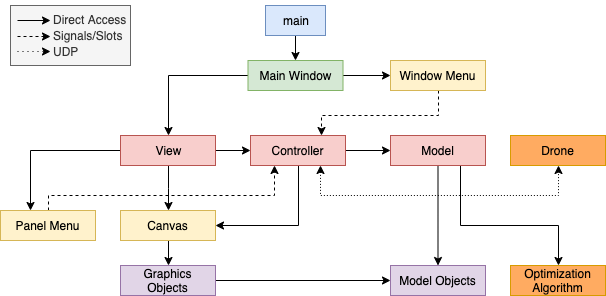
Above: assets/optgui_architecture-Architecture-with-Externals.png in UW-ACL/optgui (draw.io), before the change. Source tidied: cells renumbered, new cells last; positions are measured from the earlier drawing's top-left corner, leaving out a move shared by most shapes. Its diagram source:
```xml
<mxGraphModel>
  <root>
    <mxCell id="0" />
    <mxCell id="1" parent="0" />
    <mxCell id="2" value="&lt;p style=&quot;line-height: 140%&quot;&gt;&amp;nbsp; &amp;nbsp; &amp;nbsp; &amp;nbsp; &amp;nbsp; &amp;nbsp; Direct Access&lt;br&gt;&amp;nbsp; &amp;nbsp; &amp;nbsp; &amp;nbsp; &amp;nbsp; &amp;nbsp; Signals/Slots&lt;br&gt;&amp;nbsp; &amp;nbsp; &amp;nbsp; &amp;nbsp; &amp;nbsp; &amp;nbsp; UDP&lt;/p&gt;" style="rounded=0;whiteSpace=wrap;html=1;fillColor=#f5f5f5;strokeColor=#666666;fontColor=#333333;align=left;" parent="1" vertex="1">
      <mxGeometry x="10" width="120" height="60" as="geometry" />
    </mxCell>
    <mxCell id="3" style="edgeStyle=orthogonalEdgeStyle;rounded=0;jettySize=auto;html=1;entryX=0.5;entryY=0;entryDx=0;entryDy=0;" parent="1" edge="1" source="4" target="7">
      <mxGeometry relative="1" as="geometry" />
    </mxCell>
    <mxCell id="4" value="main" style="rounded=0;whiteSpace=wrap;html=1;fillColor=#dae8fc;strokeColor=#6c8ebf;" parent="1" vertex="1">
      <mxGeometry x="265" width="60" height="30" as="geometry" />
    </mxCell>
    <mxCell id="5" style="edgeStyle=orthogonalEdgeStyle;rounded=0;jettySize=auto;html=1;entryX=0.5;entryY=0;entryDx=0;entryDy=0;" parent="1" edge="1" source="7" target="11">
      <mxGeometry relative="1" as="geometry" />
    </mxCell>
    <mxCell id="6" style="edgeStyle=orthogonalEdgeStyle;rounded=0;jettySize=auto;html=1;entryX=0;entryY=0.5;entryDx=0;entryDy=0;" parent="1" edge="1" source="7" target="23">
      <mxGeometry relative="1" as="geometry" />
    </mxCell>
    <mxCell id="7" value="Main Window" style="rounded=0;whiteSpace=wrap;html=1;fillColor=#d5e8d4;strokeColor=#82b366;" parent="1" vertex="1">
      <mxGeometry x="247.5" y="55" width="95" height="30" as="geometry" />
    </mxCell>
    <mxCell id="8" style="edgeStyle=orthogonalEdgeStyle;rounded=0;jettySize=auto;html=1;entryX=0.5;entryY=0;entryDx=0;entryDy=0;" parent="1" edge="1" source="11" target="27">
      <mxGeometry relative="1" as="geometry" />
    </mxCell>
    <mxCell id="9" style="edgeStyle=orthogonalEdgeStyle;rounded=0;jettySize=auto;html=1;" parent="1" edge="1" source="11" target="25">
      <mxGeometry relative="1" as="geometry">
        <Array as="points">
          <mxPoint x="30" y="145" />
        </Array>
      </mxGeometry>
    </mxCell>
    <mxCell id="10" style="edgeStyle=orthogonalEdgeStyle;rounded=0;jettySize=auto;html=1;entryX=0;entryY=0.5;entryDx=0;entryDy=0;" parent="1" edge="1" source="11" target="15">
      <mxGeometry relative="1" as="geometry" />
    </mxCell>
    <mxCell id="11" value="View" style="rounded=0;whiteSpace=wrap;html=1;fillColor=#f8cecc;strokeColor=#b85450;" parent="1" vertex="1">
      <mxGeometry x="120" y="130" width="95" height="30" as="geometry" />
    </mxCell>
    <mxCell id="12" style="edgeStyle=orthogonalEdgeStyle;rounded=0;jettySize=auto;html=1;" parent="1" edge="1" source="15" target="18">
      <mxGeometry relative="1" as="geometry" />
    </mxCell>
    <mxCell id="13" style="edgeStyle=orthogonalEdgeStyle;rounded=0;jettySize=auto;html=1;entryX=1;entryY=0.5;entryDx=0;entryDy=0;" parent="1" edge="1" source="15" target="27">
      <mxGeometry relative="1" as="geometry">
        <Array as="points">
          <mxPoint x="298" y="220" />
        </Array>
      </mxGeometry>
    </mxCell>
    <mxCell id="14" style="edgeStyle=orthogonalEdgeStyle;rounded=0;jettySize=auto;html=1;entryX=0.5;entryY=1;entryDx=0;entryDy=0;endArrow=classic;endFill=1;startArrow=classic;startFill=1;dashed=1;dashPattern=1 2;" parent="1" edge="1" source="15" target="31">
      <mxGeometry relative="1" as="geometry">
        <Array as="points">
          <mxPoint x="320" y="190" />
          <mxPoint x="558" y="190" />
        </Array>
      </mxGeometry>
    </mxCell>
    <mxCell id="15" value="Controller" style="rounded=0;whiteSpace=wrap;html=1;fillColor=#f8cecc;strokeColor=#b85450;" parent="1" vertex="1">
      <mxGeometry x="250" y="130" width="95" height="30" as="geometry" />
    </mxCell>
    <mxCell id="16" style="edgeStyle=orthogonalEdgeStyle;rounded=0;jettySize=auto;html=1;" parent="1" edge="1" source="18" target="21">
      <mxGeometry relative="1" as="geometry" />
    </mxCell>
    <mxCell id="17" style="edgeStyle=orthogonalEdgeStyle;rounded=0;jettySize=auto;html=1;endArrow=classic;endFill=1;" parent="1" edge="1" source="18" target="30">
      <mxGeometry relative="1" as="geometry">
        <Array as="points">
          <mxPoint x="460" y="220" />
          <mxPoint x="558" y="220" />
        </Array>
      </mxGeometry>
    </mxCell>
    <mxCell id="18" value="Model" style="rounded=0;whiteSpace=wrap;html=1;fillColor=#f8cecc;strokeColor=#b85450;" parent="1" vertex="1">
      <mxGeometry x="390" y="130" width="95" height="30" as="geometry" />
    </mxCell>
    <mxCell id="19" style="edgeStyle=orthogonalEdgeStyle;rounded=0;jettySize=auto;html=1;" parent="1" edge="1" source="20" target="21">
      <mxGeometry relative="1" as="geometry" />
    </mxCell>
    <mxCell id="20" value="Graphics Objects" style="rounded=0;whiteSpace=wrap;html=1;fillColor=#e1d5e7;strokeColor=#9673a6;" parent="1" vertex="1">
      <mxGeometry x="120" y="260" width="95" height="30" as="geometry" />
    </mxCell>
    <mxCell id="21" value="Model Objects" style="rounded=0;whiteSpace=wrap;html=1;fillColor=#e1d5e7;strokeColor=#9673a6;" parent="1" vertex="1">
      <mxGeometry x="390" y="260" width="95" height="30" as="geometry" />
    </mxCell>
    <mxCell id="22" style="edgeStyle=orthogonalEdgeStyle;rounded=0;jettySize=auto;html=1;entryX=0.75;entryY=0;entryDx=0;entryDy=0;dashed=1;" parent="1" edge="1" source="23" target="15">
      <mxGeometry relative="1" as="geometry">
        <Array as="points">
          <mxPoint x="438" y="110" />
          <mxPoint x="321" y="110" />
        </Array>
      </mxGeometry>
    </mxCell>
    <mxCell id="23" value="Window Menu" style="rounded=0;whiteSpace=wrap;html=1;fillColor=#fff2cc;strokeColor=#d6b656;" parent="1" vertex="1">
      <mxGeometry x="390" y="55" width="95" height="30" as="geometry" />
    </mxCell>
    <mxCell id="24" style="edgeStyle=orthogonalEdgeStyle;rounded=0;jettySize=auto;html=1;entryX=0.25;entryY=1;entryDx=0;entryDy=0;dashed=1;" parent="1" edge="1" source="25" target="15">
      <mxGeometry relative="1" as="geometry">
        <Array as="points">
          <mxPoint x="48" y="190" />
          <mxPoint x="274" y="190" />
        </Array>
      </mxGeometry>
    </mxCell>
    <mxCell id="25" value="Panel Menu" style="rounded=0;whiteSpace=wrap;html=1;fillColor=#fff2cc;strokeColor=#d6b656;" parent="1" vertex="1">
      <mxGeometry y="205" width="95" height="30" as="geometry" />
    </mxCell>
    <mxCell id="26" style="edgeStyle=orthogonalEdgeStyle;rounded=0;jettySize=auto;html=1;entryX=0.5;entryY=0;entryDx=0;entryDy=0;" parent="1" edge="1" source="27" target="20">
      <mxGeometry relative="1" as="geometry" />
    </mxCell>
    <mxCell id="27" value="Canvas" style="rounded=0;whiteSpace=wrap;html=1;fillColor=#fff2cc;strokeColor=#d6b656;" parent="1" vertex="1">
      <mxGeometry x="120" y="205" width="95" height="30" as="geometry" />
    </mxCell>
    <mxCell id="28" style="endArrow=classic;html=1;endFill=1;" parent="1" edge="1">
      <mxGeometry relative="1" as="geometry">
        <mxPoint x="17" y="15" as="sourcePoint" />
        <mxPoint x="50" y="15" as="targetPoint" />
      </mxGeometry>
    </mxCell>
    <mxCell id="29" style="endArrow=classic;html=1;endFill=1;dashed=1;" parent="1" edge="1">
      <mxGeometry relative="1" as="geometry">
        <mxPoint x="17" y="31" as="sourcePoint" />
        <mxPoint x="50" y="31" as="targetPoint" />
      </mxGeometry>
    </mxCell>
    <mxCell id="30" value="Optimization Algorithm" style="rounded=0;whiteSpace=wrap;html=1;fillColor=#FFAB61;strokeColor=#d79b00;" parent="1" vertex="1">
      <mxGeometry x="510" y="260" width="95" height="30" as="geometry" />
    </mxCell>
    <mxCell id="31" value="Drone" style="rounded=0;whiteSpace=wrap;html=1;fillColor=#FFAB61;strokeColor=#d79b00;" parent="1" vertex="1">
      <mxGeometry x="510" y="130" width="95" height="30" as="geometry" />
    </mxCell>
    <mxCell id="32" style="endArrow=classic;html=1;endFill=1;dashed=1;dashPattern=1 4;" parent="1" edge="1">
      <mxGeometry relative="1" as="geometry">
        <mxPoint x="17" y="46" as="sourcePoint" />
        <mxPoint x="50" y="46" as="targetPoint" />
      </mxGeometry>
    </mxCell>
  </root>
</mxGraphModel>
```
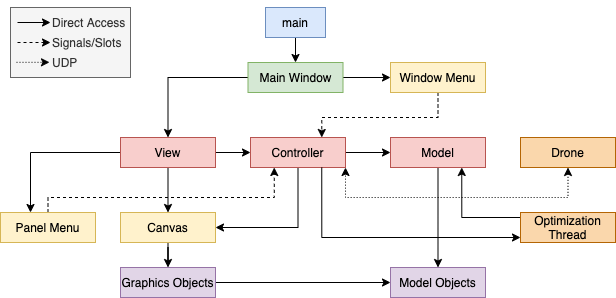
Above is the later version.

The edit, as a diff of the source:
```diff
@@ -2,135 +2,141 @@
   <root>
     <mxCell id="0" />
     <mxCell id="1" parent="0" />
-    <mxCell id="2" value="&lt;p style=&quot;line-height: 140%&quot;&gt;&amp;nbsp; &amp;nbsp; &amp;nbsp; &amp;nbsp; &amp;nbsp; &amp;nbsp; Direct Access&lt;br&gt;&amp;nbsp; &amp;nbsp; &amp;nbsp; &amp;nbsp; &amp;nbsp; &amp;nbsp; Signals/Slots&lt;br&gt;&amp;nbsp; &amp;nbsp; &amp;nbsp; &amp;nbsp; &amp;nbsp; &amp;nbsp; UDP&lt;/p&gt;" style="rounded=0;whiteSpace=wrap;html=1;fillColor=#f5f5f5;strokeColor=#666666;fontColor=#333333;align=left;" parent="1" vertex="1">
-      <mxGeometry x="10" width="120" height="60" as="geometry" />
+    <mxCell id="2" style="edgeStyle=orthogonalEdgeStyle;rounded=0;jettySize=auto;html=1;entryX=0.5;entryY=0;entryDx=0;entryDy=0;" parent="1" edge="1" source="3" target="6">
+      <mxGeometry relative="1" as="geometry" />
     </mxCell>
-    <mxCell id="3" style="edgeStyle=orthogonalEdgeStyle;rounded=0;jettySize=auto;html=1;entryX=0.5;entryY=0;entryDx=0;entryDy=0;" parent="1" edge="1" source="4" target="7">
-      <mxGeometry relative="1" as="geometry" />
+    <mxCell id="3" value="main" style="rounded=0;whiteSpace=wrap;html=1;fillColor=#dae8fc;strokeColor=#6c8ebf;" parent="1" vertex="1">
+      <mxGeometry x="265" width="60" height="30" as="geometry" />
     </mxCell>
-    <mxCell id="4" value="main" style="rounded=0;whiteSpace=wrap;html=1;fillColor=#dae8fc;strokeColor=#6c8ebf;" parent="1" vertex="1">
-      <mxGeometry x="265" width="60" height="30" as="geometry" />
+    <mxCell id="4" style="edgeStyle=orthogonalEdgeStyle;rounded=0;jettySize=auto;html=1;entryX=0.5;entryY=0;entryDx=0;entryDy=0;" parent="1" edge="1" source="6" target="10">
+      <mxGeometry relative="1" as="geometry" />
     </mxCell>
-    <mxCell id="5" style="edgeStyle=orthogonalEdgeStyle;rounded=0;jettySize=auto;html=1;entryX=0.5;entryY=0;entryDx=0;entryDy=0;" parent="1" edge="1" source="7" target="11">
+    <mxCell id="5" style="edgeStyle=orthogonalEdgeStyle;rounded=0;jettySize=auto;html=1;entryX=0;entryY=0.5;entryDx=0;entryDy=0;" parent="1" edge="1" source="6" target="20">
       <mxGeometry relative="1" as="geometry" />
     </mxCell>
-    <mxCell id="6" style="edgeStyle=orthogonalEdgeStyle;rounded=0;jettySize=auto;html=1;entryX=0;entryY=0.5;entryDx=0;entryDy=0;" parent="1" edge="1" source="7" target="23">
-      <mxGeometry relative="1" as="geometry" />
+    <mxCell id="6" value="Main Window" style="rounded=0;whiteSpace=wrap;html=1;fillColor=#d5e8d4;strokeColor=#82b366;" parent="1" vertex="1">
+      <mxGeometry x="247.5" y="55" width="95" height="30" as="geometry" />
     </mxCell>
-    <mxCell id="7" value="Main Window" style="rounded=0;whiteSpace=wrap;html=1;fillColor=#d5e8d4;strokeColor=#82b366;" parent="1" vertex="1">
-      <mxGeometry x="247.5" y="55" width="95" height="30" as="geometry" />
+    <mxCell id="7" style="edgeStyle=orthogonalEdgeStyle;rounded=0;jettySize=auto;html=1;entryX=0.5;entryY=0;entryDx=0;entryDy=0;" parent="1" edge="1" source="10" target="24">
+      <mxGeometry relative="1" as="geometry" />
     </mxCell>
-    <mxCell id="8" style="edgeStyle=orthogonalEdgeStyle;rounded=0;jettySize=auto;html=1;entryX=0.5;entryY=0;entryDx=0;entryDy=0;" parent="1" edge="1" source="11" target="27">
-      <mxGeometry relative="1" as="geometry" />
+    <mxCell id="8" style="edgeStyle=orthogonalEdgeStyle;rounded=0;jettySize=auto;html=1;" parent="1" edge="1" source="10" target="22">
+      <mxGeometry relative="1" as="geometry">
+        <Array as="points">
+          <mxPoint x="30" y="145" />
+        </Array>
+      </mxGeometry>
     </mxCell>
-    <mxCell id="9" style="edgeStyle=orthogonalEdgeStyle;rounded=0;jettySize=auto;html=1;" parent="1" edge="1" source="11" target="25">
-      <mxGeometry relative="1" as="geometry">
-        <Array as="points">
-          <mxPoint x="30" y="145" />
-        </Array>
-      </mxGeometry>
+    <mxCell id="9" style="edgeStyle=orthogonalEdgeStyle;rounded=0;jettySize=auto;html=1;entryX=0;entryY=0.5;entryDx=0;entryDy=0;" parent="1" edge="1" source="10" target="13">
+      <mxGeometry relative="1" as="geometry" />
     </mxCell>
-    <mxCell id="10" style="edgeStyle=orthogonalEdgeStyle;rounded=0;jettySize=auto;html=1;entryX=0;entryY=0.5;entryDx=0;entryDy=0;" parent="1" edge="1" source="11" target="15">
-      <mxGeometry relative="1" as="geometry" />
+    <mxCell id="10" value="View" style="rounded=0;whiteSpace=wrap;html=1;fillColor=#f8cecc;strokeColor=#b85450;" parent="1" vertex="1">
+      <mxGeometry x="120" y="130" width="95" height="30" as="geometry" />
     </mxCell>
-    <mxCell id="11" value="View" style="rounded=0;whiteSpace=wrap;html=1;fillColor=#f8cecc;strokeColor=#b85450;" parent="1" vertex="1">
-      <mxGeometry x="120" y="130" width="95" height="30" as="geometry" />
+    <mxCell id="11" style="edgeStyle=orthogonalEdgeStyle;rounded=0;jettySize=auto;html=1;" parent="1" edge="1" source="13" target="15">
+      <mxGeometry relative="1" as="geometry" />
     </mxCell>
-    <mxCell id="12" style="edgeStyle=orthogonalEdgeStyle;rounded=0;jettySize=auto;html=1;" parent="1" edge="1" source="15" target="18">
-      <mxGeometry relative="1" as="geometry" />
+    <mxCell id="12" style="edgeStyle=orthogonalEdgeStyle;rounded=0;jettySize=auto;html=1;entryX=1;entryY=0.5;entryDx=0;entryDy=0;" parent="1" edge="1" source="13" target="24">
+      <mxGeometry relative="1" as="geometry">
+        <Array as="points">
+          <mxPoint x="298" y="220" />
+        </Array>
+      </mxGeometry>
     </mxCell>
-    <mxCell id="13" style="edgeStyle=orthogonalEdgeStyle;rounded=0;jettySize=auto;html=1;entryX=1;entryY=0.5;entryDx=0;entryDy=0;" parent="1" edge="1" source="15" target="27">
-      <mxGeometry relative="1" as="geometry">
-        <Array as="points">
-          <mxPoint x="298" y="220" />
-        </Array>
-      </mxGeometry>
+    <mxCell id="13" value="Controller" style="rounded=0;whiteSpace=wrap;html=1;fillColor=#f8cecc;strokeColor=#b85450;" parent="1" vertex="1">
+      <mxGeometry x="250" y="130" width="95" height="30" as="geometry" />
     </mxCell>
-    <mxCell id="14" style="edgeStyle=orthogonalEdgeStyle;rounded=0;jettySize=auto;html=1;entryX=0.5;entryY=1;entryDx=0;entryDy=0;endArrow=classic;endFill=1;startArrow=classic;startFill=1;dashed=1;dashPattern=1 2;" parent="1" edge="1" source="15" target="31">
-      <mxGeometry relative="1" as="geometry">
-        <Array as="points">
-          <mxPoint x="320" y="190" />
-          <mxPoint x="558" y="190" />
-        </Array>
-      </mxGeometry>
+    <mxCell id="14" style="edgeStyle=orthogonalEdgeStyle;rounded=0;jettySize=auto;html=1;" parent="1" edge="1" source="15" target="18">
+      <mxGeometry relative="1" as="geometry" />
     </mxCell>
-    <mxCell id="15" value="Controller" style="rounded=0;whiteSpace=wrap;html=1;fillColor=#f8cecc;strokeColor=#b85450;" parent="1" vertex="1">
-      <mxGeometry x="250" y="130" width="95" height="30" as="geometry" />
+    <mxCell id="15" value="Model" style="rounded=0;whiteSpace=wrap;html=1;fillColor=#f8cecc;strokeColor=#b85450;" parent="1" vertex="1">
+      <mxGeometry x="390" y="130" width="95" height="30" as="geometry" />
     </mxCell>
-    <mxCell id="16" style="edgeStyle=orthogonalEdgeStyle;rounded=0;jettySize=auto;html=1;" parent="1" edge="1" source="18" target="21">
+    <mxCell id="16" style="edgeStyle=orthogonalEdgeStyle;rounded=0;jettySize=auto;html=1;" parent="1" edge="1" source="17" target="18">
       <mxGeometry relative="1" as="geometry" />
     </mxCell>
-    <mxCell id="17" style="edgeStyle=orthogonalEdgeStyle;rounded=0;jettySize=auto;html=1;endArrow=classic;endFill=1;" parent="1" edge="1" source="18" target="30">
-      <mxGeometry relative="1" as="geometry">
-        <Array as="points">
-          <mxPoint x="460" y="220" />
-          <mxPoint x="558" y="220" />
-        </Array>
-      </mxGeometry>
+    <mxCell id="17" value="Graphics Objects" style="rounded=0;whiteSpace=wrap;html=1;fillColor=#e1d5e7;strokeColor=#9673a6;" parent="1" vertex="1">
+      <mxGeometry x="120" y="260" width="95" height="30" as="geometry" />
     </mxCell>
-    <mxCell id="18" value="Model" style="rounded=0;whiteSpace=wrap;html=1;fillColor=#f8cecc;strokeColor=#b85450;" parent="1" vertex="1">
-      <mxGeometry x="390" y="130" width="95" height="30" as="geometry" />
+    <mxCell id="18" value="Model Objects" style="rounded=0;whiteSpace=wrap;html=1;fillColor=#e1d5e7;strokeColor=#9673a6;" parent="1" vertex="1">
+      <mxGeometry x="390" y="260" width="95" height="30" as="geometry" />
     </mxCell>
-    <mxCell id="19" style="edgeStyle=orthogonalEdgeStyle;rounded=0;jettySize=auto;html=1;" parent="1" edge="1" source="20" target="21">
-      <mxGeometry relative="1" as="geometry" />
+    <mxCell id="19" style="edgeStyle=orthogonalEdgeStyle;rounded=0;jettySize=auto;html=1;entryX=0.75;entryY=0;entryDx=0;entryDy=0;dashed=1;" parent="1" edge="1" source="20" target="13">
+      <mxGeometry relative="1" as="geometry">
+        <Array as="points">
+          <mxPoint x="438" y="110" />
+          <mxPoint x="321" y="110" />
+        </Array>
+      </mxGeometry>
     </mxCell>
-    <mxCell id="20" value="Graphics Objects" style="rounded=0;whiteSpace=wrap;html=1;fillColor=#e1d5e7;strokeColor=#9673a6;" parent="1" vertex="1">
-      <mxGeometry x="120" y="260" width="95" height="30" as="geometry" />
+    <mxCell id="20" value="Window Menu" style="rounded=0;whiteSpace=wrap;html=1;fillColor=#fff2cc;strokeColor=#d6b656;" parent="1" vertex="1">
+      <mxGeometry x="390" y="55" width="95" height="30" as="geometry" />
     </mxCell>
-    <mxCell id="21" value="Model Objects" style="rounded=0;whiteSpace=wrap;html=1;fillColor=#e1d5e7;strokeColor=#9673a6;" parent="1" vertex="1">
-      <mxGeometry x="390" y="260" width="95" height="30" as="geometry" />
+    <mxCell id="21" style="edgeStyle=orthogonalEdgeStyle;rounded=0;jettySize=auto;html=1;entryX=0.25;entryY=1;entryDx=0;entryDy=0;dashed=1;" parent="1" edge="1" source="22" target="13">
+      <mxGeometry relative="1" as="geometry">
+        <Array as="points">
+          <mxPoint x="48" y="190" />
+          <mxPoint x="274" y="190" />
+        </Array>
+      </mxGeometry>
     </mxCell>
-    <mxCell id="22" style="edgeStyle=orthogonalEdgeStyle;rounded=0;jettySize=auto;html=1;entryX=0.75;entryY=0;entryDx=0;entryDy=0;dashed=1;" parent="1" edge="1" source="23" target="15">
-      <mxGeometry relative="1" as="geometry">
-        <Array as="points">
-          <mxPoint x="438" y="110" />
-          <mxPoint x="321" y="110" />
-        </Array>
-      </mxGeometry>
+    <mxCell id="22" value="Panel Menu" style="rounded=0;whiteSpace=wrap;html=1;fillColor=#fff2cc;strokeColor=#d6b656;" parent="1" vertex="1">
+      <mxGeometry y="205" width="95" height="30" as="geometry" />
     </mxCell>
-    <mxCell id="23" value="Window Menu" style="rounded=0;whiteSpace=wrap;html=1;fillColor=#fff2cc;strokeColor=#d6b656;" parent="1" vertex="1">
-      <mxGeometry x="390" y="55" width="95" height="30" as="geometry" />
+    <mxCell id="23" style="edgeStyle=orthogonalEdgeStyle;rounded=0;jettySize=auto;html=1;entryX=0.5;entryY=0;entryDx=0;entryDy=0;" parent="1" edge="1" source="24" target="17">
+      <mxGeometry relative="1" as="geometry" />
     </mxCell>
-    <mxCell id="24" style="edgeStyle=orthogonalEdgeStyle;rounded=0;jettySize=auto;html=1;entryX=0.25;entryY=1;entryDx=0;entryDy=0;dashed=1;" parent="1" edge="1" source="25" target="15">
-      <mxGeometry relative="1" as="geometry">
-        <Array as="points">
-          <mxPoint x="48" y="190" />
-          <mxPoint x="274" y="190" />
-        </Array>
-      </mxGeometry>
+    <mxCell id="24" value="Canvas" style="rounded=0;whiteSpace=wrap;html=1;fillColor=#fff2cc;strokeColor=#d6b656;" parent="1" vertex="1">
+      <mxGeometry x="120" y="205" width="95" height="30" as="geometry" />
     </mxCell>
-    <mxCell id="25" value="Panel Menu" style="rounded=0;whiteSpace=wrap;html=1;fillColor=#fff2cc;strokeColor=#d6b656;" parent="1" vertex="1">
-      <mxGeometry y="205" width="95" height="30" as="geometry" />
+    <mxCell id="25" value="&lt;p style=&quot;line-height: 170%&quot;&gt;&amp;nbsp; &amp;nbsp; &amp;nbsp; &amp;nbsp; &amp;nbsp; &amp;nbsp; Direct Access&amp;nbsp; &amp;nbsp; &amp;nbsp; &amp;nbsp; &amp;nbsp; &amp;nbsp; &amp;nbsp; Signals/Slots&lt;span style=&quot;text-align: right&quot;&gt;&amp;nbsp; &amp;nbsp; &amp;nbsp; &amp;nbsp; &amp;nbsp; &amp;nbsp; &amp;nbsp; UDP&lt;/span&gt;&lt;/p&gt;" style="rounded=0;whiteSpace=wrap;html=1;fillColor=#f5f5f5;strokeColor=#666666;fontColor=#333333;align=left;" parent="1" vertex="1">
+      <mxGeometry x="10" width="120" height="70" as="geometry" />
     </mxCell>
-    <mxCell id="26" style="edgeStyle=orthogonalEdgeStyle;rounded=0;jettySize=auto;html=1;entryX=0.5;entryY=0;entryDx=0;entryDy=0;" parent="1" edge="1" source="27" target="20">
-      <mxGeometry relative="1" as="geometry" />
+    <mxCell id="26" style="endArrow=classic;html=1;endFill=1;" parent="1" edge="1">
+      <mxGeometry relative="1" as="geometry">
+        <mxPoint x="17" y="15" as="sourcePoint" />
+        <mxPoint x="50" y="15" as="targetPoint" />
+      </mxGeometry>
     </mxCell>
-    <mxCell id="27" value="Canvas" style="rounded=0;whiteSpace=wrap;html=1;fillColor=#fff2cc;strokeColor=#d6b656;" parent="1" vertex="1">
-      <mxGeometry x="120" y="205" width="95" height="30" as="geometry" />
+    <mxCell id="27" style="endArrow=classic;html=1;endFill=1;dashed=1;" parent="1" edge="1">
+      <mxGeometry relative="1" as="geometry">
+        <mxPoint x="17" y="35" as="sourcePoint" />
+        <mxPoint x="50" y="35" as="targetPoint" />
+      </mxGeometry>
     </mxCell>
-    <mxCell id="28" style="endArrow=classic;html=1;endFill=1;" parent="1" edge="1">
+    <mxCell id="28" style="endArrow=classic;html=1;endFill=1;dashed=1;dashPattern=1 2;" parent="1" edge="1">
       <mxGeometry relative="1" as="geometry">
-        <mxPoint x="17" y="15" as="sourcePoint" />
-        <mxPoint x="50" y="15" as="targetPoint" />
+        <mxPoint x="16" y="54.8" as="sourcePoint" />
+        <mxPoint x="49" y="54.8" as="targetPoint" />
       </mxGeometry>
     </mxCell>
-    <mxCell id="29" style="endArrow=classic;html=1;endFill=1;dashed=1;" parent="1" edge="1">
+    <mxCell id="29" style="edgeStyle=orthogonalEdgeStyle;rounded=0;jettySize=auto;html=1;entryX=1;entryY=1;entryDx=0;entryDy=0;dashed=1;dashPattern=1 2;startArrow=classic;startFill=1;exitX=0.5;exitY=1;exitDx=0;exitDy=0;" parent="1" edge="1" source="30" target="13">
       <mxGeometry relative="1" as="geometry">
-        <mxPoint x="17" y="31" as="sourcePoint" />
-        <mxPoint x="50" y="31" as="targetPoint" />
+        <Array as="points">
+          <mxPoint x="568" y="190" />
+          <mxPoint x="345" y="190" />
+        </Array>
       </mxGeometry>
     </mxCell>
-    <mxCell id="30" value="Optimization Algorithm" style="rounded=0;whiteSpace=wrap;html=1;fillColor=#FFAB61;strokeColor=#d79b00;" parent="1" vertex="1">
-      <mxGeometry x="510" y="260" width="95" height="30" as="geometry" />
+    <mxCell id="30" value="Drone" style="rounded=0;whiteSpace=wrap;html=1;fillColor=#fad7ac;strokeColor=#b46504;" parent="1" vertex="1">
+      <mxGeometry x="520" y="130" width="95" height="30" as="geometry" />
     </mxCell>
-    <mxCell id="31" value="Drone" style="rounded=0;whiteSpace=wrap;html=1;fillColor=#FFAB61;strokeColor=#d79b00;" parent="1" vertex="1">
-      <mxGeometry x="510" y="130" width="95" height="30" as="geometry" />
+    <mxCell id="31" style="edgeStyle=orthogonalEdgeStyle;rounded=0;jettySize=auto;html=1;entryX=0.75;entryY=1;entryDx=0;entryDy=0;startArrow=classic;startFill=1;endArrow=none;endFill=0;" parent="1" edge="1" source="33" target="13">
+      <mxGeometry relative="1" as="geometry">
+        <Array as="points">
+          <mxPoint x="321" y="230" />
+        </Array>
+      </mxGeometry>
     </mxCell>
-    <mxCell id="32" style="endArrow=classic;html=1;endFill=1;dashed=1;dashPattern=1 4;" parent="1" edge="1">
+    <mxCell id="32" style="edgeStyle=orthogonalEdgeStyle;rounded=0;jettySize=auto;html=1;entryX=0.75;entryY=1;entryDx=0;entryDy=0;startArrow=none;startFill=0;endArrow=classic;endFill=1;" parent="1" edge="1" source="33" target="15">
       <mxGeometry relative="1" as="geometry">
-        <mxPoint x="17" y="46" as="sourcePoint" />
-        <mxPoint x="50" y="46" as="targetPoint" />
+        <Array as="points">
+          <mxPoint x="461" y="210" />
+        </Array>
       </mxGeometry>
     </mxCell>
+    <mxCell id="33" value="Optimization&lt;br&gt;Thread" style="rounded=0;whiteSpace=wrap;html=1;fillColor=#fad7ac;strokeColor=#b46504;" parent="1" vertex="1">
+      <mxGeometry x="520" y="205" width="95" height="30" as="geometry" />
+    </mxCell>
   </root>
 </mxGraphModel>
```
